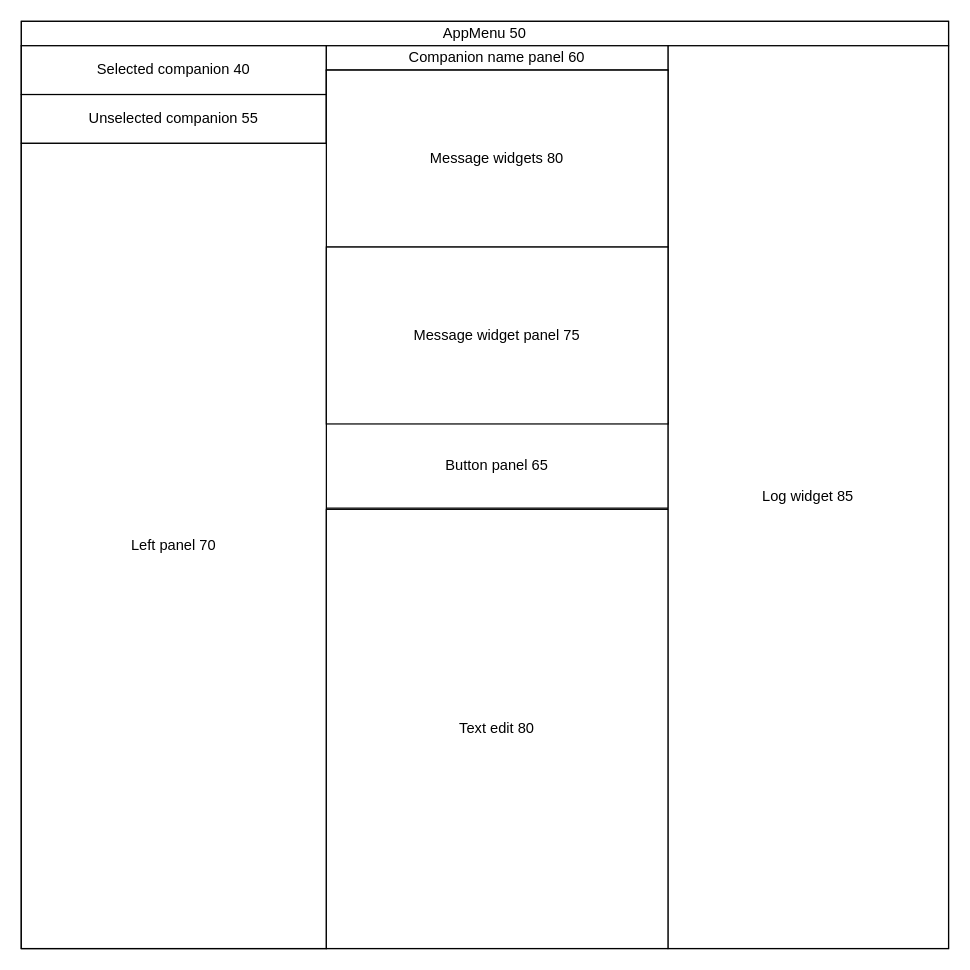
Before: design/design.drawio in kawnur/chatprj, a draw.io diagram. Source tidied: cells renumbered, new cells numbered last; positions are measured from the earlier drawing's top-left corner, leaving out a move shared by most shapes. Both pictures are drawn from the tidied source at 122%, with x=0, y=0 at pixel (21, 21).
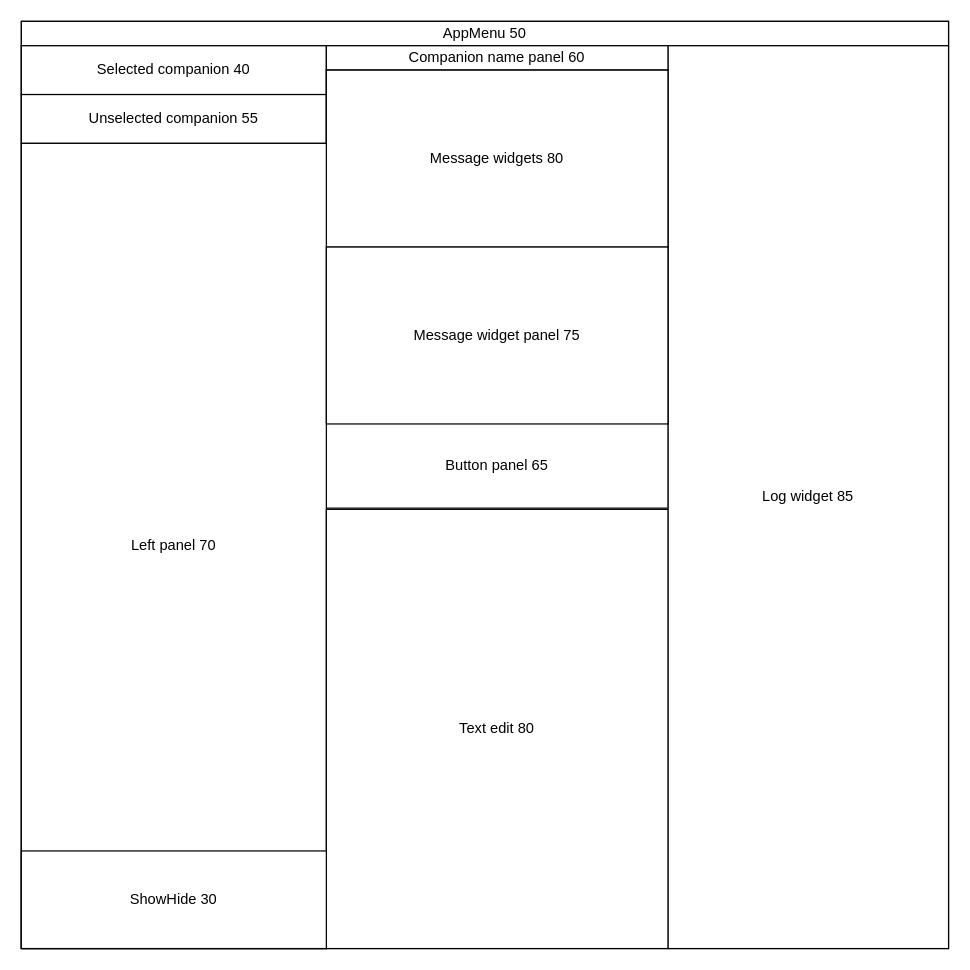
The same diagram, later.

What changed in the source:
```diff
@@
 <mxGraphModel>
   <root>
     <mxCell id="0" />
     <mxCell id="1" parent="0" />
     <mxCell id="2" style="rounded=0;whiteSpace=wrap;html=1;" parent="1" vertex="1">
       <mxGeometry width="760" height="760" as="geometry" />
     </mxCell>
     <mxCell id="3" value="AppMenu 50" style="rounded=0;whiteSpace=wrap;html=1;" parent="1" vertex="1">
       <mxGeometry width="760" height="20" as="geometry" />
     </mxCell>
     <mxCell id="4" style="rounded=0;whiteSpace=wrap;html=1;" parent="1" vertex="1">
       <mxGeometry y="20" width="250" height="740" as="geometry" />
     </mxCell>
     <mxCell id="5" value="Log widget 85" style="rounded=0;whiteSpace=wrap;html=1;" parent="1" vertex="1">
       <mxGeometry x="530" y="20" width="230" height="740" as="geometry" />
     </mxCell>
     <mxCell id="6" value="Selected companion 40" style="rounded=0;whiteSpace=wrap;html=1;" parent="1" vertex="1">
       <mxGeometry y="20" width="250" height="40" as="geometry" />
     </mxCell>
     <mxCell id="7" value="Unselected companion 55" style="rounded=0;whiteSpace=wrap;html=1;" parent="1" vertex="1">
       <mxGeometry y="60" width="250" height="40" as="geometry" />
     </mxCell>
     <mxCell id="8" value="Companion name panel 60" style="rounded=0;whiteSpace=wrap;html=1;" parent="1" vertex="1">
       <mxGeometry x="250" y="20" width="280" height="20" as="geometry" />
     </mxCell>
     <mxCell id="9" style="rounded=0;whiteSpace=wrap;html=1;" parent="1" vertex="1">
       <mxGeometry x="250" y="40" width="280" height="290" as="geometry" />
     </mxCell>
     <mxCell id="10" value="Message widgets 80" style="rounded=0;whiteSpace=wrap;html=1;" parent="1" vertex="1">
       <mxGeometry x="250" y="40" width="280" height="145" as="geometry" />
     </mxCell>
     <mxCell id="11" value="Button panel 65" style="rounded=0;whiteSpace=wrap;html=1;" parent="1" vertex="1">
       <mxGeometry x="250" y="329" width="280" height="70" as="geometry" />
     </mxCell>
     <mxCell id="12" value="Left panel 70" style="rounded=0;whiteSpace=wrap;html=1;" parent="1" vertex="1">
       <mxGeometry y="100" width="250" height="660" as="geometry" />
     </mxCell>
     <mxCell id="13" value="Message widget panel 75" style="rounded=0;whiteSpace=wrap;html=1;" parent="1" vertex="1">
       <mxGeometry x="250" y="185" width="280" height="145" as="geometry" />
     </mxCell>
     <mxCell id="14" value="Text edit 80" style="rounded=0;whiteSpace=wrap;html=1;" parent="1" vertex="1">
       <mxGeometry x="250" y="400" width="280" height="360" as="geometry" />
     </mxCell>
+    <mxCell id="15" value="ShowHide 30" style="rounded=0;whiteSpace=wrap;html=1;" parent="1" vertex="1">
+      <mxGeometry y="680" width="250" height="80" as="geometry" />
+    </mxCell>
   </root>
 </mxGraphModel>
```
